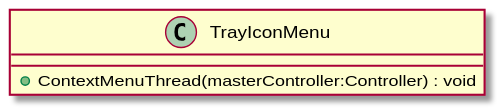
Earlier version of the PlantUML export UML/VolumeKsharp/TrayIconMenu.svg (leo-tasso/VolumeKsharp).
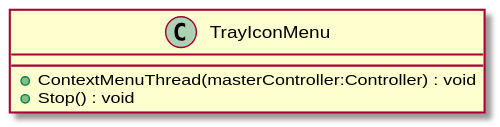
After the change.

Diff of the diagram source:
```diff
@@ -1,5 +1,6 @@
 @startuml
 class TrayIconMenu {
     + ContextMenuThread(masterController:Controller) : void
+    + Stop() : void
 }
 @enduml
```
